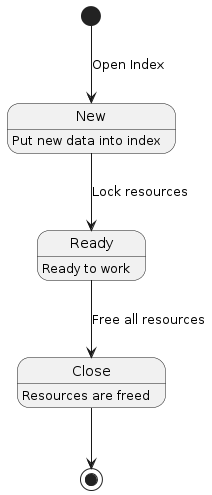
This is docs/index-state-diagram.png from jajir/HestiaStore, a PlantUML export, as it was before one commit.
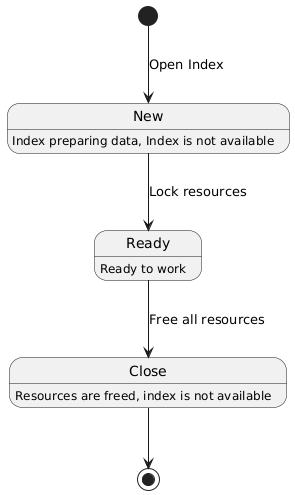
After the commit.

Commit message:
diagram was corrected #10

Diff of the diagram source:
```diff
@@ -1,8 +1,8 @@
 @startuml
 
-New: Put new data into index
+New: Index preparing data, Index is not available
 Ready: Ready to work
-Close: Resources are freed
+Close: Resources are freed, index is not available
 
 [*] --> New: Open Index
 New --> Ready: Lock resources
```
